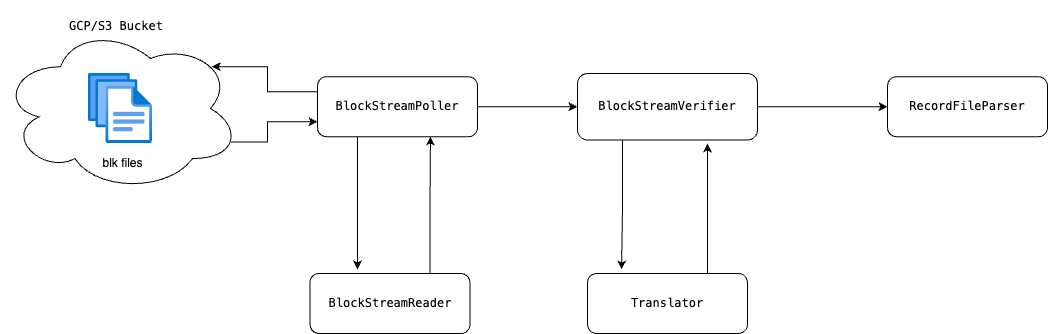
The draw.io diagram docs/design/images/blockstream.png in hashgraph/hedera-mirror-node, before a commit. Source tidied: cells renumbered, new cells last; positions are measured from the earlier drawing's top-left corner, leaving out a move shared by most shapes.
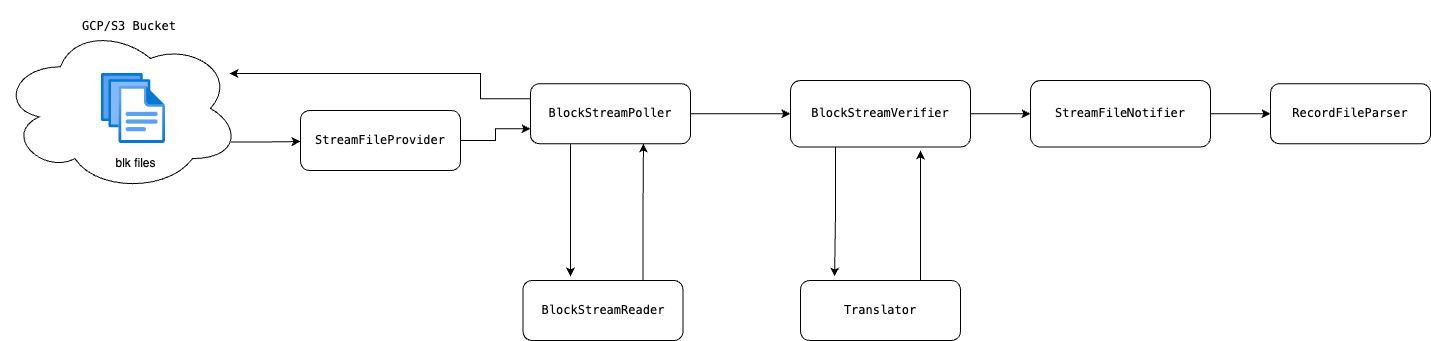
After the change.

The edit, as a diff of the source:
```diff
@@ -8,7 +8,7 @@
     <mxCell id="3" style="edgeStyle=orthogonalEdgeStyle;rounded=0;jettySize=auto;html=1;exitX=0.25;exitY=1;exitDx=0;exitDy=0;entryX=0.297;entryY=-0.067;entryDx=0;entryDy=0;entryPerimeter=0;strokeColor=#000000;" parent="1" edge="1" source="5" target="14">
       <mxGeometry relative="1" as="geometry" />
     </mxCell>
-    <mxCell id="4" style="edgeStyle=orthogonalEdgeStyle;rounded=0;jettySize=auto;html=1;entryX=0.88;entryY=0.25;entryDx=0;entryDy=0;entryPerimeter=0;exitX=0;exitY=0.25;exitDx=0;exitDy=0;" parent="1" edge="1" source="5" target="7">
+    <mxCell id="4" style="edgeStyle=orthogonalEdgeStyle;rounded=0;jettySize=auto;html=1;exitX=0;exitY=0.25;exitDx=0;exitDy=0;" parent="1" edge="1" source="5" target="7">
       <mxGeometry relative="1" as="geometry">
         <Array as="points">
           <mxPoint x="267" y="91" />
@@ -19,34 +19,31 @@
     <mxCell id="5" value="&lt;pre&gt;&lt;span style=&quot;font-variant-ligatures: none; text-align: left; white-space-collapse: preserve; background-color: rgb(255, 255, 255);&quot;&gt;&lt;font style=&quot;&quot; face=&quot;monospace&quot;&gt;BlockStreamPoller&lt;/font&gt;&lt;/span&gt;&lt;/pre&gt;" style="rounded=1;whiteSpace=wrap;html=1;fillColor=#FFFFFF;strokeColor=#000000;" parent="1" vertex="1">
       <mxGeometry x="317" y="76.2" width="160" height="60" as="geometry" />
     </mxCell>
-    <mxCell id="6" style="edgeStyle=orthogonalEdgeStyle;rounded=0;jettySize=auto;html=1;entryX=0;entryY=0.75;entryDx=0;entryDy=0;exitX=0.96;exitY=0.7;exitDx=0;exitDy=0;exitPerimeter=0;" parent="1" edge="1" source="7" target="5">
-      <mxGeometry relative="1" as="geometry">
-        <Array as="points">
-          <mxPoint x="267" y="141" />
-          <mxPoint x="267" y="121" />
-        </Array>
-      </mxGeometry>
-    </mxCell>
+    <mxCell id="19" style="edgeStyle=orthogonalEdgeStyle;rounded=0;jettySize=auto;html=1;exitX=0.96;exitY=0.7;exitDx=0;exitDy=0;exitPerimeter=0;" parent="1" edge="1" source="7">
+      <mxGeometry relative="1" as="geometry">
+        <mxPoint x="87" y="134" as="targetPoint" />
+      </mxGeometry>
+    </mxCell>
     <mxCell id="7" value="&lt;pre&gt;&lt;br&gt;&lt;/pre&gt;" style="ellipse;shape=cloud;whiteSpace=wrap;html=1;fillColor=#FFFFFF;strokeColor=#000000;" parent="1" vertex="1">
-      <mxGeometry y="24.5" width="240" height="167" as="geometry" />
+      <mxGeometry x="-213" y="17.5" width="240" height="167" as="geometry" />
     </mxCell>
+    <mxCell id="20" style="edgeStyle=orthogonalEdgeStyle;rounded=0;jettySize=auto;html=1;entryX=0;entryY=0.5;entryDx=0;entryDy=0;" parent="1" edge="1" source="8" target="24">
+      <mxGeometry relative="1" as="geometry" />
+    </mxCell>
     <mxCell id="8" value="&lt;font face=&quot;monospace&quot;&gt;&lt;font style=&quot;background-color: rgb(255, 255, 255);&quot;&gt;BlockStreamVerifier&lt;/font&gt;&lt;br&gt;&lt;/font&gt;" style="whiteSpace=wrap;html=1;rounded=1;strokeColor=#000000;fillColor=#FFFFFF;" parent="1" vertex="1">
       <mxGeometry x="577" y="73" width="180" height="66.5" as="geometry" />
     </mxCell>
-    <mxCell id="9" style="edgeStyle=orthogonalEdgeStyle;rounded=0;jettySize=auto;html=1;exitX=1;exitY=0.5;exitDx=0;exitDy=0;strokeColor=#000000;" parent="1" edge="1" source="8" target="10">
-      <mxGeometry relative="1" as="geometry" />
-    </mxCell>
     <mxCell id="10" value="&lt;span style=&quot;font-family: monospace; background-color: rgb(255, 255, 255);&quot;&gt;RecordFileParser&lt;/span&gt;" style="whiteSpace=wrap;html=1;rounded=1;strokeColor=#000000;fillColor=#FFFFFF;" parent="1" vertex="1">
-      <mxGeometry x="887" y="76.2" width="160" height="60" as="geometry" />
+      <mxGeometry x="1057" y="76.2" width="160" height="60" as="geometry" />
     </mxCell>
     <mxCell id="11" style="image;html=1;align=center;fontSize=12;image=img/lib/azure2/general/Files.svg;" parent="1" vertex="1">
-      <mxGeometry x="88" y="73" width="64" height="70" as="geometry" />
+      <mxGeometry x="-112" y="66" width="64" height="70" as="geometry" />
     </mxCell>
     <mxCell id="12" value="blk files" style="text;html=1;align=center;verticalAlign=middle;strokeColor=none;fillColor=none;fontColor=#000000;" parent="1" vertex="1">
-      <mxGeometry x="92" y="148" width="60" height="30" as="geometry" />
+      <mxGeometry x="-108" y="141" width="60" height="30" as="geometry" />
     </mxCell>
     <mxCell id="13" value="&lt;pre style=&quot;forced-color-adjust: none; font-size: 12px; font-style: normal; font-variant-ligatures: normal; font-variant-caps: normal; font-weight: 400; letter-spacing: normal; orphans: 2; text-align: center; text-indent: 0px; text-transform: none; widows: 2; word-spacing: 0px; -webkit-text-stroke-width: 0px; text-decoration-thickness: initial; text-decoration-style: initial; text-decoration-color: initial;&quot;&gt;&lt;font style=&quot;&quot;&gt;GCP/S3 Bucket&lt;/font&gt;&lt;/pre&gt;" style="text;whiteSpace=wrap;html=1;fillColor=none;fontColor=#000000;labelBackgroundColor=none;" parent="1" vertex="1">
-      <mxGeometry x="67" width="130" height="60" as="geometry" />
+      <mxGeometry x="-133" y="-7" width="130" height="60" as="geometry" />
     </mxCell>
     <mxCell id="14" value="&lt;pre&gt;&lt;span style=&quot;font-variant-ligatures: none; text-align: left; white-space-collapse: preserve; background-color: rgb(255, 255, 255);&quot;&gt;&lt;font style=&quot;&quot; face=&quot;monospace&quot;&gt;BlockStreamReader&lt;/font&gt;&lt;/span&gt;&lt;/pre&gt;" style="rounded=1;whiteSpace=wrap;html=1;fillColor=#FFFFFF;strokeColor=#000000;" parent="1" vertex="1">
       <mxGeometry x="309.5" y="273" width="160" height="60" as="geometry" />
@@ -65,5 +62,17 @@
     <mxCell id="18" style="edgeStyle=orthogonalEdgeStyle;rounded=0;jettySize=auto;html=1;exitX=0.25;exitY=1;exitDx=0;exitDy=0;entryX=0.213;entryY=-0.067;entryDx=0;entryDy=0;entryPerimeter=0;strokeColor=#000000;" parent="1" edge="1" source="8" target="17">
       <mxGeometry relative="1" as="geometry" />
     </mxCell>
+    <mxCell id="21" style="edgeStyle=orthogonalEdgeStyle;rounded=0;jettySize=auto;html=1;exitX=1;exitY=0.5;exitDx=0;exitDy=0;entryX=0;entryY=0.75;entryDx=0;entryDy=0;" parent="1" edge="1" source="22" target="5">
+      <mxGeometry relative="1" as="geometry" />
+    </mxCell>
+    <mxCell id="22" value="&lt;pre&gt;&lt;span style=&quot;font-variant-ligatures: none; text-align: left; white-space-collapse: preserve; background-color: rgb(255, 255, 255);&quot;&gt;&lt;font style=&quot;&quot; face=&quot;monospace&quot;&gt;StreamFileProvider&lt;/font&gt;&lt;/span&gt;&lt;/pre&gt;" style="rounded=1;whiteSpace=wrap;html=1;fillColor=#FFFFFF;strokeColor=#000000;" parent="1" vertex="1">
+      <mxGeometry x="87" y="103" width="160" height="60" as="geometry" />
+    </mxCell>
+    <mxCell id="23" style="edgeStyle=orthogonalEdgeStyle;rounded=0;jettySize=auto;html=1;exitX=1;exitY=0.5;exitDx=0;exitDy=0;entryX=0;entryY=0.5;entryDx=0;entryDy=0;" parent="1" edge="1" source="24" target="10">
+      <mxGeometry relative="1" as="geometry" />
+    </mxCell>
+    <mxCell id="24" value="&lt;font face=&quot;monospace&quot;&gt;&lt;font style=&quot;background-color: rgb(255, 255, 255);&quot;&gt;StreamFileNotifier&lt;/font&gt;&lt;br&gt;&lt;/font&gt;" style="whiteSpace=wrap;html=1;rounded=1;strokeColor=#000000;fillColor=#FFFFFF;" parent="1" vertex="1">
+      <mxGeometry x="817" y="73" width="180" height="66.5" as="geometry" />
+    </mxCell>
   </root>
 </mxGraphModel>
```
